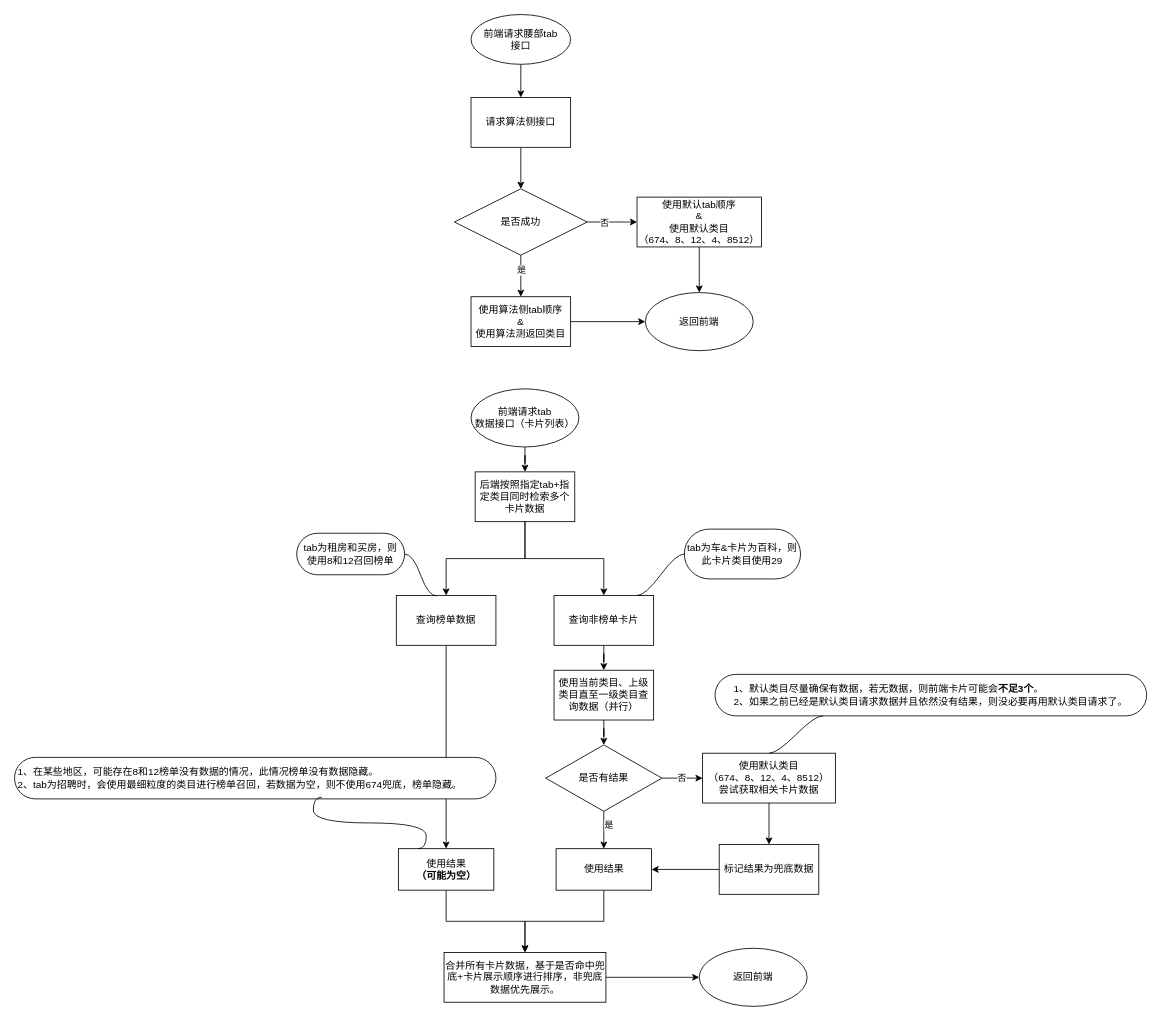
58social/tools keeps this draw.io diagram as 未命名绘图.drawio. Above is the earlier version. Source tidied: cells renumbered, new cells numbered last; positions are measured from the earlier drawing's top-left corner, leaving out a move shared by most shapes. Both pictures are drawn from the tidied source at 83%, with x=0, y=0 at pixel (14, 14).
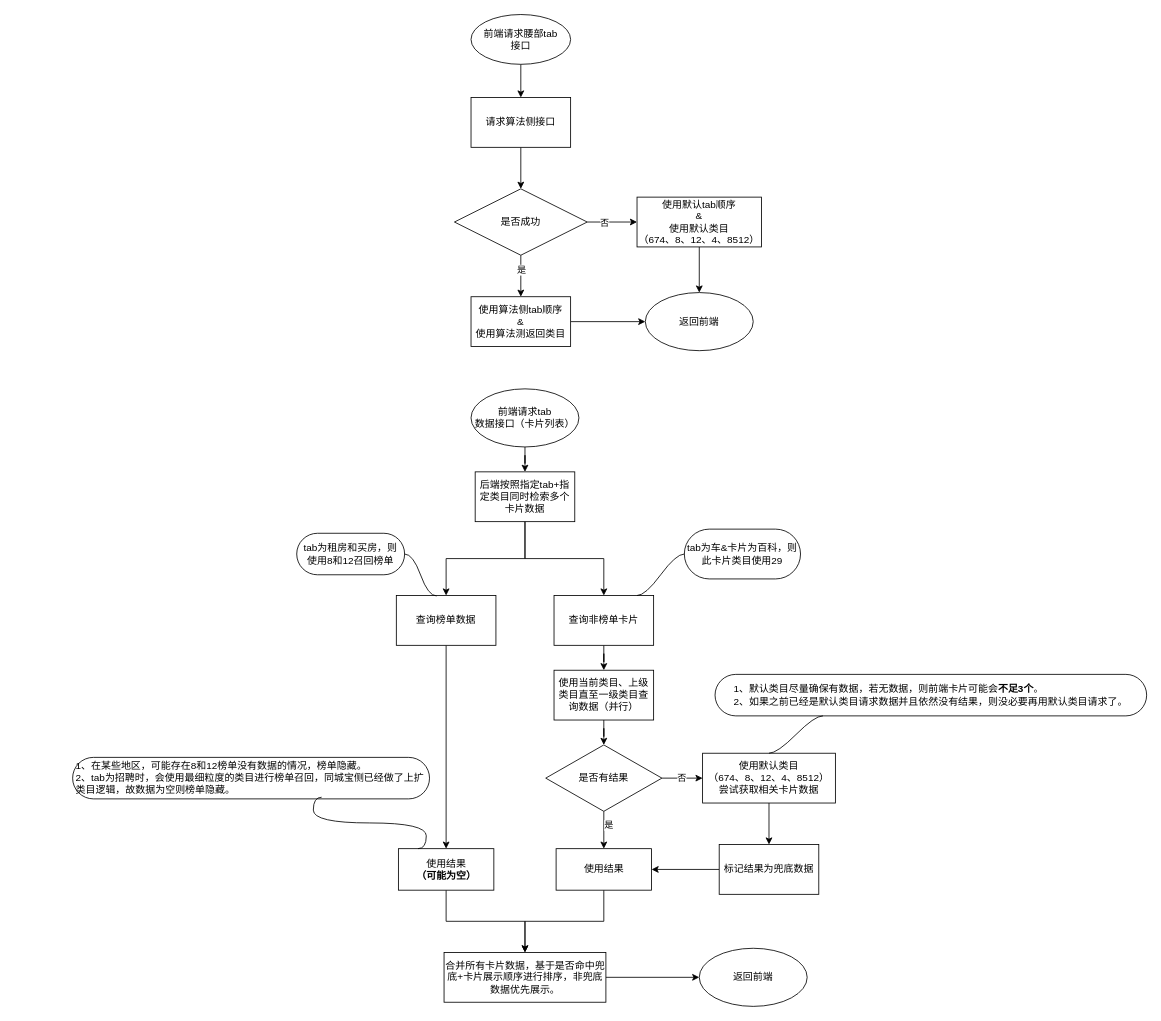
Above is the later version.

Commit message (it also covers changes not shown here):
更新未命名绘图.drawio

Change to the diagram source:
```diff
@@
-    <mxCell id="49" value="1、在某些地区，可能存在8和12榜单没有数据的情况，此情况榜单没有数据隐藏。&lt;br&gt;2、tab为招聘时，会使用最细粒度的类目进行榜单召回，若数据为空，则不使用674兜底，榜单隐藏。" style="whiteSpace=wrap;html=1;rounded=1;arcSize=50;align=left;verticalAlign=middle;strokeWidth=1;spacing=4;newEdgeStyle={&quot;edgeStyle&quot;:&quot;entityRelationEdgeStyle&quot;,&quot;startArrow&quot;:&quot;none&quot;,&quot;endArrow&quot;:&quot;none&quot;,&quot;segment&quot;:10,&quot;curved&quot;:1,&quot;sourcePerimeterSpacing&quot;:0,&quot;targetPerimeterSpacing&quot;:0};" parent="1" vertex="1">
-      <mxGeometry y="895" width="580" height="50" as="geometry" />
+    <mxCell id="49" value="1、在某些地区，可能存在8和12榜单没有数据的情况，榜单隐藏。&lt;br&gt;2、tab为招聘时，会使用最细粒度的类目进行榜单召回，同城宝侧已经做了上扩类目逻辑，故数据为空则榜单隐藏。" style="whiteSpace=wrap;html=1;rounded=1;arcSize=50;align=left;verticalAlign=middle;strokeWidth=1;spacing=4;newEdgeStyle={&quot;edgeStyle&quot;:&quot;entityRelationEdgeStyle&quot;,&quot;startArrow&quot;:&quot;none&quot;,&quot;endArrow&quot;:&quot;none&quot;,&quot;segment&quot;:10,&quot;curved&quot;:1,&quot;sourcePerimeterSpacing&quot;:0,&quot;targetPerimeterSpacing&quot;:0};" parent="1" vertex="1">
+      <mxGeometry x="70" y="895" width="430" height="50" as="geometry" />
     </mxCell>
```
